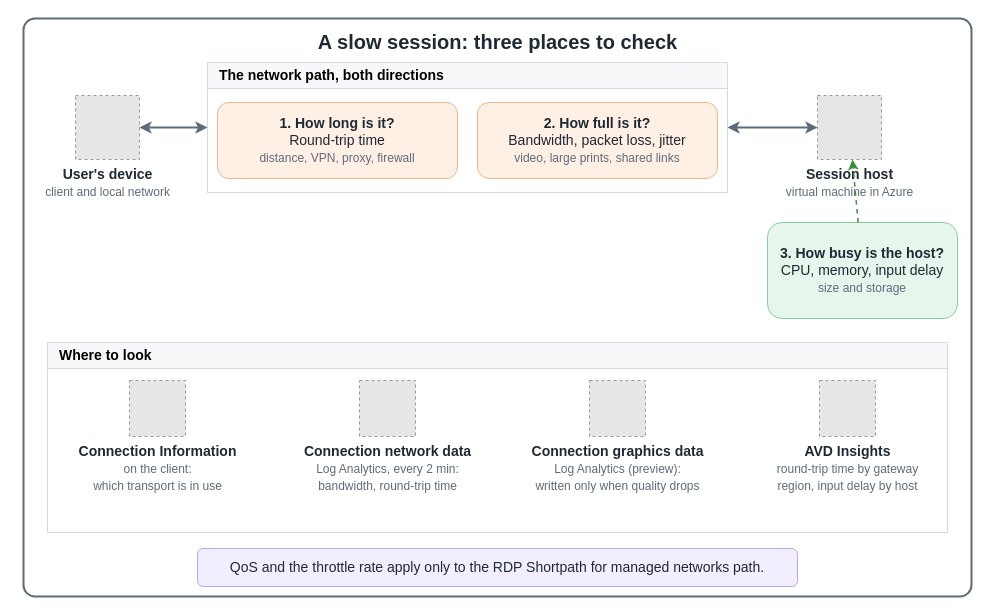
Above: src/img/avd/AVD-Session-Quality-Checks.drawio in AddySidd27/cloud-ai-notes (draw.io), before the change. Source tidied: cells renumbered, new cells numbered last; positions are measured from the earlier drawing's top-left corner, leaving out a move shared by most shapes. Both pictures are drawn from the tidied source at 100%, with x=0, y=0 at pixel (23, 18). Pictures stored in the file or linked from it are replaced by grey dashed boxes.
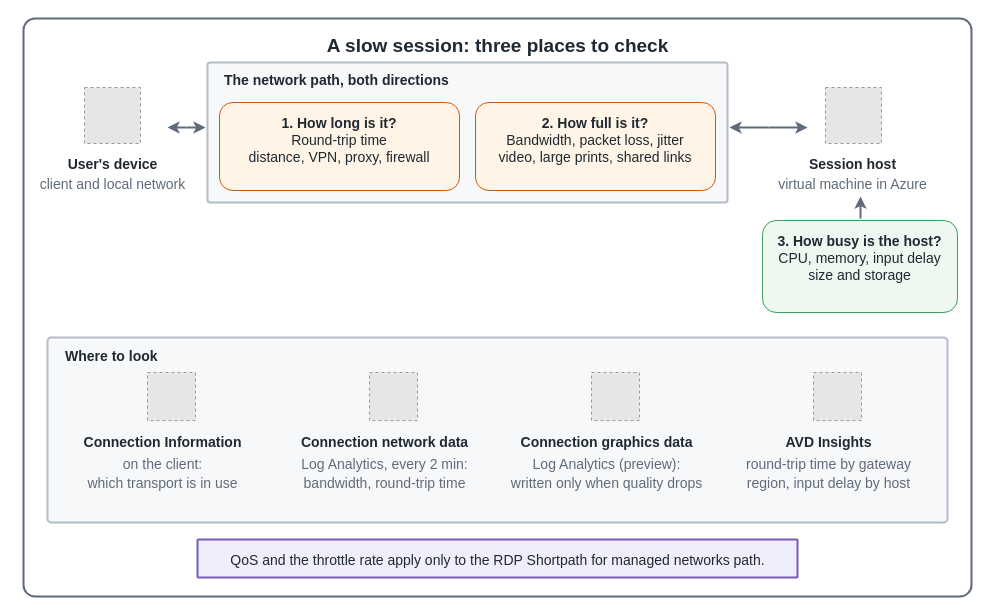
The same page after the edit.

What changed in the source:
```diff
@@
-    <mxCell id="2" style="rounded=1;arcSize=2;whiteSpace=wrap;html=1;fillColor=#ffffff;strokeColor=#5f6b7a;strokeWidth=2;" parent="1" vertex="1">
+    <mxCell id="2" style="rounded=1;arcSize=2;html=1;fillColor=#ffffff;strokeColor=#5f6b7a;strokeWidth=2;" parent="1" vertex="1">
       <mxGeometry width="948" height="578" as="geometry" />
     </mxCell>
-    <mxCell id="3" value="A slow session: three places to check" style="text;html=1;align=center;verticalAlign=middle;fontSize=20;fontStyle=1;fontColor=#1f2933;" parent="1" vertex="1">
-      <mxGeometry x="254" y="8" width="440" height="30" as="geometry" />
+    <mxCell id="3" value="&lt;b&gt;A slow session: three places to check&lt;/b&gt;" style="text;html=1;align=center;verticalAlign=middle;fontSize=19;fontColor=#1f2933;" parent="1" vertex="1">
+      <mxGeometry x="-6" y="16" width="960" height="24" as="geometry" />
     </mxCell>
-    <mxCell id="4" value="The network path, both directions" style="swimlane;startSize=26;html=1;fillColor=#F7F8FA;strokeColor=#D5DAE1;fontSize=14;align=left;spacingLeft=10;" parent="1" vertex="1">
-      <mxGeometry x="184" y="44" width="520" height="130" as="geometry" />
+    <mxCell id="4" style="fillColor=#E6E6E6;strokeColor=#999999;dashed=1;html=1;" parent="1" vertex="1">
+      <mxGeometry x="61" y="69" width="56" height="56" as="geometry" />
     </mxCell>
-    <mxCell id="5" value="Where to look" style="swimlane;startSize=26;html=1;fillColor=#F7F8FA;strokeColor=#D5DAE1;fontSize=14;align=left;spacingLeft=10;" parent="1" vertex="1">
-      <mxGeometry x="24" y="324" width="900" height="190" as="geometry" />
+    <mxCell id="5" value="&lt;b&gt;User&amp;#x27;s device&lt;/b&gt;" style="text;html=1;align=center;verticalAlign=middle;fontSize=14;fontColor=#1f2933;" parent="1" vertex="1">
+      <mxGeometry x="4" y="134" width="170" height="24" as="geometry" />
     </mxCell>
-    <mxCell id="6" value="&lt;b&gt;User&amp;#x27;s device&lt;/b&gt;&lt;br&gt;&lt;font style=&quot;font-size:12px;color:#5f6b7a&quot;&gt;client and local network&lt;/font&gt;" style="fillColor=#E6E6E6;strokeColor=#999999;dashed=1;html=1;verticalLabelPosition=bottom;verticalAlign=top;labelBackgroundColor=none;fontSize=14;fontColor=#1f2933;" parent="1" vertex="1">
-      <mxGeometry x="52" y="77" width="64" height="64" as="geometry" />
+    <mxCell id="6" value="client and local network" style="text;html=1;align=center;verticalAlign=middle;fontSize=14;fontColor=#5f6b7a;" parent="1" vertex="1">
+      <mxGeometry x="4" y="154" width="170" height="24" as="geometry" />
     </mxCell>
-    <mxCell id="7" value="&lt;b&gt;Session host&lt;/b&gt;&lt;br&gt;&lt;font style=&quot;font-size:12px;color:#5f6b7a&quot;&gt;virtual machine in Azure&lt;/font&gt;" style="fillColor=#E6E6E6;strokeColor=#999999;dashed=1;html=1;verticalLabelPosition=bottom;verticalAlign=top;labelBackgroundColor=none;fontSize=14;fontColor=#1f2933;" parent="1" vertex="1">
-      <mxGeometry x="794" y="77" width="64" height="64" as="geometry" />
+    <mxCell id="7" style="rounded=1;arcSize=2;html=1;fillColor=#f7f8fa;strokeColor=#b4bcc7;strokeWidth=2;" parent="1" vertex="1">
+      <mxGeometry x="184" y="44" width="520" height="140" as="geometry" />
     </mxCell>
-    <mxCell id="8" value="&lt;b&gt;Connection Information&lt;/b&gt;&lt;br&gt;&lt;font style=&quot;font-size:12px;color:#5f6b7a&quot;&gt;on the client:&lt;br&gt;which transport is in use&lt;/font&gt;" style="fillColor=#E6E6E6;strokeColor=#999999;dashed=1;html=1;verticalLabelPosition=bottom;verticalAlign=top;labelBackgroundColor=none;fontSize=14;fontColor=#1f2933;" parent="5" vertex="1">
-      <mxGeometry x="82" y="38" width="56" height="56" as="geometry" />
+    <mxCell id="8" value="&lt;b&gt;The network path, both directions&lt;/b&gt;" style="text;html=1;align=left;verticalAlign=middle;fontSize=14;fontColor=#1f2933;" parent="1" vertex="1">
+      <mxGeometry x="199" y="50" width="400" height="24" as="geometry" />
     </mxCell>
-    <mxCell id="9" value="&lt;b&gt;Connection network data&lt;/b&gt;&lt;br&gt;&lt;font style=&quot;font-size:12px;color:#5f6b7a&quot;&gt;Log Analytics, every 2 min:&lt;br&gt;bandwidth, round-trip time&lt;/font&gt;" style="fillColor=#E6E6E6;strokeColor=#999999;dashed=1;html=1;verticalLabelPosition=bottom;verticalAlign=top;labelBackgroundColor=none;fontSize=14;fontColor=#1f2933;" parent="5" vertex="1">
-      <mxGeometry x="312" y="38" width="56" height="56" as="geometry" />
+    <mxCell id="9" value="&lt;b&gt;1. How long is it?&lt;/b&gt;&lt;br&gt;Round-trip time&lt;br&gt;distance, VPN, proxy, firewall" style="rounded=1;whiteSpace=wrap;html=1;fillColor=#fff4e5;strokeColor=#c45a10;fontSize=14;fontColor=#1f2933;verticalAlign=top;spacingTop=6;" parent="1" vertex="1">
+      <mxGeometry x="196" y="84" width="240" height="88" as="geometry" />
     </mxCell>
-    <mxCell id="10" value="&lt;b&gt;Connection graphics data&lt;/b&gt;&lt;br&gt;&lt;font style=&quot;font-size:12px;color:#5f6b7a&quot;&gt;Log Analytics (preview):&lt;br&gt;written only when quality drops&lt;/font&gt;" style="fillColor=#E6E6E6;strokeColor=#999999;dashed=1;html=1;verticalLabelPosition=bottom;verticalAlign=top;labelBackgroundColor=none;fontSize=14;fontColor=#1f2933;" parent="5" vertex="1">
-      <mxGeometry x="542" y="38" width="56" height="56" as="geometry" />
+    <mxCell id="10" value="&lt;b&gt;2. How full is it?&lt;/b&gt;&lt;br&gt;Bandwidth, packet loss, jitter&lt;br&gt;video, large prints, shared links" style="rounded=1;whiteSpace=wrap;html=1;fillColor=#fff4e5;strokeColor=#c45a10;fontSize=14;fontColor=#1f2933;verticalAlign=top;spacingTop=6;" parent="1" vertex="1">
+      <mxGeometry x="452" y="84" width="240" height="88" as="geometry" />
     </mxCell>
-    <mxCell id="11" value="&lt;b&gt;AVD Insights&lt;/b&gt;&lt;br&gt;&lt;font style=&quot;font-size:12px;color:#5f6b7a&quot;&gt;round-trip time by gateway&lt;br&gt;region, input delay by host&lt;/font&gt;" style="fillColor=#E6E6E6;strokeColor=#999999;dashed=1;html=1;verticalLabelPosition=bottom;verticalAlign=top;labelBackgroundColor=none;fontSize=14;fontColor=#1f2933;" parent="5" vertex="1">
-      <mxGeometry x="772" y="38" width="56" height="56" as="geometry" />
+    <mxCell id="11" style="edgeStyle=none;html=1;endArrow=classic;strokeColor=#5f6b7a;strokeWidth=2;" parent="1" edge="1">
+      <mxGeometry relative="1" as="geometry">
+        <mxPoint x="163" y="109" as="sourcePoint" />
+        <mxPoint x="182" y="109" as="targetPoint" />
+      </mxGeometry>
     </mxCell>
-    <mxCell id="12" value="&lt;b&gt;1. How long is it?&lt;/b&gt;&lt;br&gt;Round-trip time&lt;br&gt;&lt;font style=&quot;font-size:12px;color:#5f6b7a&quot;&gt;distance, VPN, proxy, firewall&lt;/font&gt;" style="rounded=1;whiteSpace=wrap;html=1;fillColor=#fff0e5;strokeColor=#f0b48a;fontSize=14;fontColor=#1f2933;" parent="4" vertex="1">
-      <mxGeometry x="10" y="40" width="240" height="76" as="geometry" />
+    <mxCell id="12" style="edgeStyle=none;html=1;endArrow=classic;strokeColor=#5f6b7a;strokeWidth=2;" parent="1" edge="1">
+      <mxGeometry relative="1" as="geometry">
+        <mxPoint x="163" y="109" as="sourcePoint" />
+        <mxPoint x="144" y="109" as="targetPoint" />
+      </mxGeometry>
     </mxCell>
-    <mxCell id="13" value="&lt;b&gt;2. How full is it?&lt;/b&gt;&lt;br&gt;Bandwidth, packet loss, jitter&lt;br&gt;&lt;font style=&quot;font-size:12px;color:#5f6b7a&quot;&gt;video, large prints, shared links&lt;/font&gt;" style="rounded=1;whiteSpace=wrap;html=1;fillColor=#fff0e5;strokeColor=#f0b48a;fontSize=14;fontColor=#1f2933;" parent="4" vertex="1">
-      <mxGeometry x="270" y="40" width="240" height="76" as="geometry" />
+    <mxCell id="13" style="edgeStyle=none;html=1;endArrow=classic;strokeColor=#5f6b7a;strokeWidth=2;" parent="1" edge="1">
+      <mxGeometry relative="1" as="geometry">
+        <mxPoint x="745" y="109" as="sourcePoint" />
+        <mxPoint x="784" y="109" as="targetPoint" />
+      </mxGeometry>
     </mxCell>
-    <mxCell id="14" value="&lt;b&gt;3. How busy is the host?&lt;/b&gt;&lt;br&gt;CPU, memory, input delay&lt;br&gt;&lt;font style=&quot;font-size:12px;color:#5f6b7a&quot;&gt;size and storage&lt;/font&gt;" style="rounded=1;whiteSpace=wrap;html=1;fillColor=#e7f6ec;strokeColor=#8bcb9f;fontSize=14;fontColor=#1f2933;" parent="1" vertex="1">
-      <mxGeometry x="744" y="204" width="190" height="96" as="geometry" />
+    <mxCell id="14" style="edgeStyle=none;html=1;endArrow=classic;strokeColor=#5f6b7a;strokeWidth=2;" parent="1" edge="1">
+      <mxGeometry relative="1" as="geometry">
+        <mxPoint x="745" y="109" as="sourcePoint" />
+        <mxPoint x="706" y="109" as="targetPoint" />
+      </mxGeometry>
     </mxCell>
-    <mxCell id="15" value="QoS and the throttle rate apply only to the RDP Shortpath for managed networks path." style="rounded=1;whiteSpace=wrap;html=1;fillColor=#F3EEFF;strokeColor=#B9A6F0;fontSize=14;fontColor=#1f2933;" parent="1" vertex="1">
-      <mxGeometry x="174" y="530" width="600" height="38" as="geometry" />
+    <mxCell id="15" style="fillColor=#E6E6E6;strokeColor=#999999;dashed=1;html=1;" parent="1" vertex="1">
+      <mxGeometry x="802" y="69" width="56" height="56" as="geometry" />
     </mxCell>
-    <mxCell id="16" style="edgeStyle=none;html=1;startArrow=classic;endArrow=classic;strokeColor=#5f6b7a;strokeWidth=2;" parent="1" edge="1" source="6" target="4">
-      <mxGeometry relative="1" as="geometry" />
+    <mxCell id="16" value="&lt;b&gt;Session host&lt;/b&gt;" style="text;html=1;align=center;verticalAlign=middle;fontSize=14;fontColor=#1f2933;" parent="1" vertex="1">
+      <mxGeometry x="744" y="134" width="170" height="24" as="geometry" />
     </mxCell>
-    <mxCell id="17" style="edgeStyle=none;html=1;startArrow=classic;endArrow=classic;strokeColor=#5f6b7a;strokeWidth=2;" parent="1" edge="1" source="4" target="7">
-      <mxGeometry relative="1" as="geometry" />
+    <mxCell id="17" value="virtual machine in Azure" style="text;html=1;align=center;verticalAlign=middle;fontSize=14;fontColor=#5f6b7a;" parent="1" vertex="1">
+      <mxGeometry x="744" y="154" width="170" height="24" as="geometry" />
     </mxCell>
-    <mxCell id="18" style="edgeStyle=none;html=1;dashed=1;endArrow=classic;strokeColor=#3c8d40;strokeWidth=1.5;" parent="1" edge="1" source="14" target="7">
-      <mxGeometry relative="1" as="geometry" />
+    <mxCell id="18" value="&lt;b&gt;3. How busy is the host?&lt;/b&gt;&lt;br&gt;CPU, memory, input delay&lt;br&gt;size and storage" style="rounded=1;whiteSpace=wrap;html=1;fillColor=#eef7f0;strokeColor=#3c9d5d;fontSize=14;fontColor=#1f2933;verticalAlign=top;spacingTop=6;" parent="1" vertex="1">
+      <mxGeometry x="739" y="202" width="195" height="92" as="geometry" />
     </mxCell>
+    <mxCell id="19" style="edgeStyle=none;html=1;endArrow=classic;strokeColor=#5f6b7a;strokeWidth=2;" parent="1" edge="1">
+      <mxGeometry relative="1" as="geometry">
+        <mxPoint x="837" y="200" as="sourcePoint" />
+        <mxPoint x="837" y="178" as="targetPoint" />
+      </mxGeometry>
+    </mxCell>
+    <mxCell id="20" style="rounded=1;arcSize=2;html=1;fillColor=#f7f8fa;strokeColor=#b4bcc7;strokeWidth=2;" parent="1" vertex="1">
+      <mxGeometry x="24" y="319" width="900" height="185" as="geometry" />
+    </mxCell>
+    <mxCell id="21" value="&lt;b&gt;Where to look&lt;/b&gt;" style="text;html=1;align=left;verticalAlign=middle;fontSize=14;fontColor=#1f2933;" parent="1" vertex="1">
+      <mxGeometry x="40" y="326" width="300" height="24" as="geometry" />
+    </mxCell>
+    <mxCell id="22" style="fillColor=#E6E6E6;strokeColor=#999999;dashed=1;html=1;" parent="1" vertex="1">
+      <mxGeometry x="124" y="354" width="48" height="48" as="geometry" />
+    </mxCell>
+    <mxCell id="23" value="&lt;b&gt;Connection Information&lt;/b&gt;" style="text;html=1;align=center;verticalAlign=middle;fontSize=14;fontColor=#1f2933;" parent="1" vertex="1">
+      <mxGeometry x="39" y="412" width="200" height="24" as="geometry" />
+    </mxCell>
+    <mxCell id="24" value="on the client:" style="text;html=1;align=center;verticalAlign=middle;fontSize=14;fontColor=#5f6b7a;" parent="1" vertex="1">
+      <mxGeometry x="39" y="434" width="200" height="24" as="geometry" />
+    </mxCell>
+    <mxCell id="25" value="which transport is in use" style="text;html=1;align=center;verticalAlign=middle;fontSize=14;fontColor=#5f6b7a;" parent="1" vertex="1">
+      <mxGeometry x="39" y="453" width="200" height="24" as="geometry" />
+    </mxCell>
+    <mxCell id="26" style="fillColor=#E6E6E6;strokeColor=#999999;dashed=1;html=1;" parent="1" vertex="1">
+      <mxGeometry x="346" y="354" width="48" height="48" as="geometry" />
+    </mxCell>
+    <mxCell id="27" value="&lt;b&gt;Connection network data&lt;/b&gt;" style="text;html=1;align=center;verticalAlign=middle;fontSize=14;fontColor=#1f2933;" parent="1" vertex="1">
+      <mxGeometry x="261" y="412" width="200" height="24" as="geometry" />
+    </mxCell>
+    <mxCell id="28" value="Log Analytics, every 2 min:" style="text;html=1;align=center;verticalAlign=middle;fontSize=14;fontColor=#5f6b7a;" parent="1" vertex="1">
+      <mxGeometry x="261" y="434" width="200" height="24" as="geometry" />
+    </mxCell>
+    <mxCell id="29" value="bandwidth, round-trip time" style="text;html=1;align=center;verticalAlign=middle;fontSize=14;fontColor=#5f6b7a;" parent="1" vertex="1">
+      <mxGeometry x="261" y="453" width="200" height="24" as="geometry" />
+    </mxCell>
+    <mxCell id="30" style="fillColor=#E6E6E6;strokeColor=#999999;dashed=1;html=1;" parent="1" vertex="1">
+      <mxGeometry x="568" y="354" width="48" height="48" as="geometry" />
+    </mxCell>
+    <mxCell id="31" value="&lt;b&gt;Connection graphics data&lt;/b&gt;" style="text;html=1;align=center;verticalAlign=middle;fontSize=14;fontColor=#1f2933;" parent="1" vertex="1">
+      <mxGeometry x="483" y="412" width="200" height="24" as="geometry" />
+    </mxCell>
+    <mxCell id="32" value="Log Analytics (preview):" style="text;html=1;align=center;verticalAlign=middle;fontSize=14;fontColor=#5f6b7a;" parent="1" vertex="1">
+      <mxGeometry x="483" y="434" width="200" height="24" as="geometry" />
+    </mxCell>
+    <mxCell id="33" value="written only when quality drops" style="text;html=1;align=center;verticalAlign=middle;fontSize=14;fontColor=#5f6b7a;" parent="1" vertex="1">
+      <mxGeometry x="483" y="453" width="200" height="24" as="geometry" />
+    </mxCell>
+    <mxCell id="34" style="fillColor=#E6E6E6;strokeColor=#999999;dashed=1;html=1;" parent="1" vertex="1">
+      <mxGeometry x="790" y="354" width="48" height="48" as="geometry" />
+    </mxCell>
+    <mxCell id="35" value="&lt;b&gt;AVD Insights&lt;/b&gt;" style="text;html=1;align=center;verticalAlign=middle;fontSize=14;fontColor=#1f2933;" parent="1" vertex="1">
+      <mxGeometry x="705" y="412" width="200" height="24" as="geometry" />
+    </mxCell>
+    <mxCell id="36" value="round-trip time by gateway" style="text;html=1;align=center;verticalAlign=middle;fontSize=14;fontColor=#5f6b7a;" parent="1" vertex="1">
+      <mxGeometry x="705" y="434" width="200" height="24" as="geometry" />
+    </mxCell>
+    <mxCell id="37" value="region, input delay by host" style="text;html=1;align=center;verticalAlign=middle;fontSize=14;fontColor=#5f6b7a;" parent="1" vertex="1">
+      <mxGeometry x="705" y="453" width="200" height="24" as="geometry" />
+    </mxCell>
+    <mxCell id="38" style="rounded=1;arcSize=2;html=1;fillColor=#f1eefb;strokeColor=#7a5bb5;strokeWidth=2;" parent="1" vertex="1">
+      <mxGeometry x="174" y="521" width="600" height="38" as="geometry" />
+    </mxCell>
+    <mxCell id="39" value="QoS and the throttle rate apply only to the RDP Shortpath for managed networks path." style="text;html=1;align=center;verticalAlign=middle;fontSize=14;fontColor=#1f2933;" parent="1" vertex="1">
+      <mxGeometry x="174" y="530" width="600" height="24" as="geometry" />
+    </mxCell>
```
